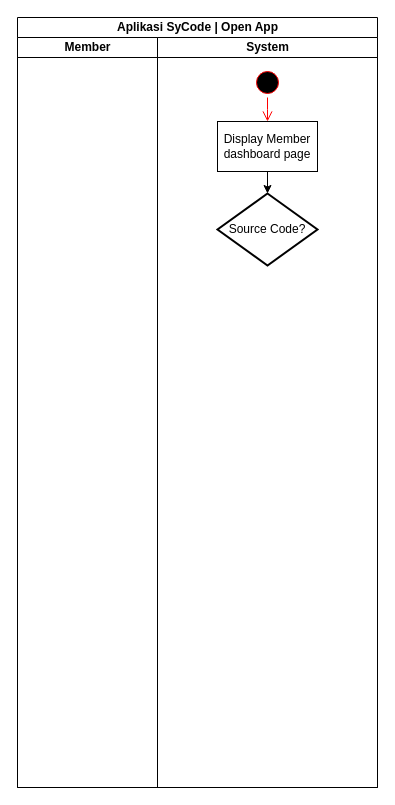
This is page "UML - Activity Diagram - Page Member" (10 of 10) of KP2.drawio from dapzz-id/DrawIO, a draw.io file, before an edit. Source tidied: cells renumbered, new cells numbered last; positions are measured from the earlier drawing's top-left corner, leaving out a move shared by most shapes. Both pictures are drawn from the tidied source at 100%, with x=0, y=0 at pixel (17, 17).
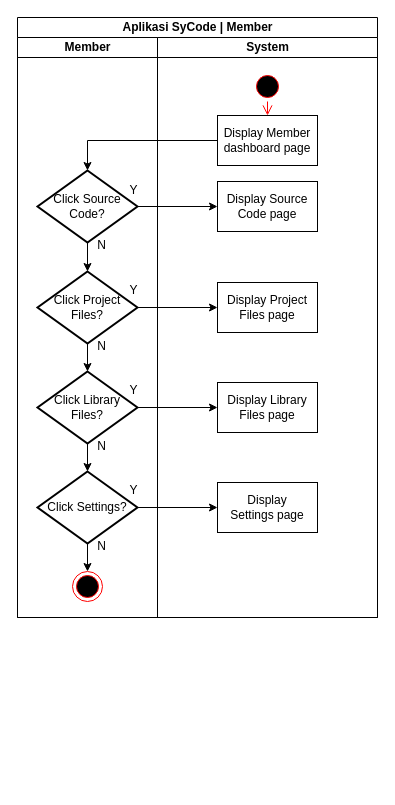
After the change.

What changed in the source:
```diff
@@
-    <mxCell id="2" value="Aplikasi SyCode | Open App" style="swimlane;startSize=20;html=1;" parent="1" vertex="1">
-      <mxGeometry width="360" height="770" as="geometry" />
+    <mxCell id="2" value="Aplikasi SyCode | Member" style="swimlane;startSize=20;html=1;" parent="1" vertex="1">
+      <mxGeometry width="360" height="600" as="geometry" />
     </mxCell>
-    <mxCell id="3" value="Member" style="swimlane;startSize=20;html=1;" parent="2" vertex="1">
-      <mxGeometry y="20" width="140" height="750" as="geometry" />
+    <mxCell id="3" value="Member" style="swimlane;startSize=20;html=1;fillColor=default;" parent="2" vertex="1">
+      <mxGeometry y="20" width="140" height="580" as="geometry" />
     </mxCell>
+    <mxCell id="10" style="edgeStyle=orthogonalEdgeStyle;rounded=0;jettySize=auto;html=1;" parent="3" edge="1" source="9" target="13">
+      <mxGeometry relative="1" as="geometry" />
+    </mxCell>
+    <mxCell id="9" value="Click Source&lt;div&gt;&lt;span style=&quot;background-color: transparent; color: light-dark(rgb(0, 0, 0), rgb(255, 255, 255));&quot;&gt;Code?&lt;/span&gt;&lt;/div&gt;" style="strokeWidth=2;html=1;shape=mxgraph.flowchart.decision;whiteSpace=wrap;" parent="3" vertex="1">
+      <mxGeometry x="20" y="133" width="100" height="72" as="geometry" />
+    </mxCell>
+    <mxCell id="11" value="Y" style="text;html=1;align=center;verticalAlign=middle;strokeColor=none;fillColor=none;" parent="3" vertex="1">
+      <mxGeometry x="101" y="138" width="30" height="30" as="geometry" />
+    </mxCell>
+    <mxCell id="12" style="edgeStyle=orthogonalEdgeStyle;rounded=0;jettySize=auto;html=1;" parent="3" edge="1" source="13" target="16">
+      <mxGeometry relative="1" as="geometry" />
+    </mxCell>
+    <mxCell id="13" value="Click Project&lt;div&gt;Files?&lt;/div&gt;" style="strokeWidth=2;html=1;shape=mxgraph.flowchart.decision;whiteSpace=wrap;" parent="3" vertex="1">
+      <mxGeometry x="20" y="234" width="100" height="72" as="geometry" />
+    </mxCell>
+    <mxCell id="14" value="N" style="text;html=1;align=center;verticalAlign=middle;strokeColor=none;fillColor=none;" parent="3" vertex="1">
+      <mxGeometry x="69" y="193" width="30" height="30" as="geometry" />
+    </mxCell>
+    <mxCell id="15" style="edgeStyle=orthogonalEdgeStyle;rounded=0;jettySize=auto;html=1;" parent="3" edge="1" source="16" target="21">
+      <mxGeometry relative="1" as="geometry" />
+    </mxCell>
+    <mxCell id="16" value="Click Library&lt;div&gt;Files?&lt;/div&gt;" style="strokeWidth=2;html=1;shape=mxgraph.flowchart.decision;whiteSpace=wrap;" parent="3" vertex="1">
+      <mxGeometry x="20" y="334" width="100" height="72" as="geometry" />
+    </mxCell>
+    <mxCell id="17" value="N" style="text;html=1;align=center;verticalAlign=middle;strokeColor=none;fillColor=none;" parent="3" vertex="1">
+      <mxGeometry x="69" y="294" width="30" height="30" as="geometry" />
+    </mxCell>
+    <mxCell id="18" value="Y" style="text;html=1;align=center;verticalAlign=middle;strokeColor=none;fillColor=none;" parent="3" vertex="1">
+      <mxGeometry x="101" y="238" width="30" height="30" as="geometry" />
+    </mxCell>
+    <mxCell id="19" value="Y" style="text;html=1;align=center;verticalAlign=middle;strokeColor=none;fillColor=none;" parent="3" vertex="1">
+      <mxGeometry x="101" y="338" width="30" height="30" as="geometry" />
+    </mxCell>
+    <mxCell id="20" style="edgeStyle=orthogonalEdgeStyle;rounded=0;jettySize=auto;html=1;" parent="3" edge="1" source="21" target="24">
+      <mxGeometry relative="1" as="geometry" />
+    </mxCell>
+    <mxCell id="21" value="Click Settings&lt;span style=&quot;background-color: transparent; color: light-dark(rgb(0, 0, 0), rgb(255, 255, 255));&quot;&gt;?&lt;/span&gt;" style="strokeWidth=2;html=1;shape=mxgraph.flowchart.decision;whiteSpace=wrap;" parent="3" vertex="1">
+      <mxGeometry x="20" y="434" width="100" height="72" as="geometry" />
+    </mxCell>
+    <mxCell id="22" value="N" style="text;html=1;align=center;verticalAlign=middle;strokeColor=none;fillColor=none;" parent="3" vertex="1">
+      <mxGeometry x="69" y="394" width="30" height="30" as="geometry" />
+    </mxCell>
+    <mxCell id="23" value="Y" style="text;html=1;align=center;verticalAlign=middle;strokeColor=none;fillColor=none;" parent="3" vertex="1">
+      <mxGeometry x="101" y="438" width="30" height="30" as="geometry" />
+    </mxCell>
+    <mxCell id="24" style="ellipse;html=1;shape=endState;fillColor=#000000;strokeColor=#ff0000;" parent="3" vertex="1">
+      <mxGeometry x="55" y="534" width="30" height="30" as="geometry" />
+    </mxCell>
+    <mxCell id="25" value="N" style="text;html=1;align=center;verticalAlign=middle;strokeColor=none;fillColor=none;" parent="3" vertex="1">
+      <mxGeometry x="69" y="494" width="30" height="30" as="geometry" />
+    </mxCell>
     <mxCell id="4" value="System" style="swimlane;startSize=20;html=1;" parent="2" vertex="1">
-      <mxGeometry x="140" y="20" width="220" height="750" as="geometry" />
+      <mxGeometry x="140" y="20" width="220" height="580" as="geometry" />
     </mxCell>
+    <mxCell id="8" value="Display Member&lt;div&gt;dashboard page&lt;/div&gt;" style="html=1;dashed=0;whiteSpace=wrap;" parent="4" vertex="1">
+      <mxGeometry x="60" y="78" width="100" height="50" as="geometry" />
+    </mxCell>
     <mxCell id="5" style="ellipse;html=1;shape=startState;fillColor=#000000;strokeColor=#ff0000;" parent="4" vertex="1">
-      <mxGeometry x="95" y="30" width="30" height="30" as="geometry" />
+      <mxGeometry x="95" y="34" width="30" height="30" as="geometry" />
     </mxCell>
-    <mxCell id="6" style="edgeStyle=orthogonalEdgeStyle;html=1;verticalAlign=bottom;endArrow=open;endSize=8;strokeColor=#ff0000;rounded=0;" parent="4" edge="1" source="5">
-      <mxGeometry relative="1" as="geometry">
-        <mxPoint x="110" y="84" as="targetPoint" />
-      </mxGeometry>
+    <mxCell id="6" style="edgeStyle=orthogonalEdgeStyle;html=1;verticalAlign=bottom;endArrow=open;endSize=8;strokeColor=#ff0000;rounded=0;entryX=0.5;entryY=0;entryDx=0;entryDy=0;" parent="4" edge="1" source="5" target="8">
+      <mxGeometry relative="1" as="geometry" />
     </mxCell>
+    <mxCell id="26" value="Display Source Code&lt;span style=&quot;background-color: transparent; color: light-dark(rgb(0, 0, 0), rgb(255, 255, 255));&quot;&gt;&amp;nbsp;page&lt;/span&gt;" style="html=1;dashed=0;whiteSpace=wrap;" parent="4" vertex="1">
+      <mxGeometry x="60" y="144" width="100" height="50" as="geometry" />
+    </mxCell>
+    <mxCell id="27" value="Display Project Files&lt;span style=&quot;background-color: transparent; color: light-dark(rgb(0, 0, 0), rgb(255, 255, 255));&quot;&gt;&amp;nbsp;page&lt;/span&gt;" style="html=1;dashed=0;whiteSpace=wrap;" parent="4" vertex="1">
+      <mxGeometry x="60" y="245" width="100" height="50" as="geometry" />
+    </mxCell>
+    <mxCell id="28" value="Display Library Files&lt;span style=&quot;background-color: transparent; color: light-dark(rgb(0, 0, 0), rgb(255, 255, 255));&quot;&gt;&amp;nbsp;page&lt;/span&gt;" style="html=1;dashed=0;whiteSpace=wrap;" parent="4" vertex="1">
+      <mxGeometry x="60" y="345" width="100" height="50" as="geometry" />
+    </mxCell>
+    <mxCell id="29" value="Display Settings&lt;span style=&quot;background-color: transparent; color: light-dark(rgb(0, 0, 0), rgb(255, 255, 255));&quot;&gt;&amp;nbsp;page&lt;/span&gt;" style="html=1;dashed=0;whiteSpace=wrap;" parent="4" vertex="1">
+      <mxGeometry x="60" y="445" width="100" height="50" as="geometry" />
+    </mxCell>
-    <mxCell id="7" style="edgeStyle=orthogonalEdgeStyle;rounded=0;jettySize=auto;html=1;" parent="4" edge="1" source="8" target="9">
+    <mxCell id="7" style="edgeStyle=orthogonalEdgeStyle;rounded=0;jettySize=auto;html=1;exitX=0;exitY=0.5;exitDx=0;exitDy=0;entryX=0.5;entryY=0;entryDx=0;entryDy=0;entryPerimeter=0;" parent="2" edge="1" source="8" target="9">
       <mxGeometry relative="1" as="geometry" />
     </mxCell>
-    <mxCell id="8" value="Display Member&lt;div&gt;dashboard page&lt;/div&gt;" style="html=1;dashed=0;whiteSpace=wrap;" parent="4" vertex="1">
-      <mxGeometry x="60" y="84" width="100" height="50" as="geometry" />
-    </mxCell>
-    <mxCell id="9" value="Source Code?" style="strokeWidth=2;html=1;shape=mxgraph.flowchart.decision;whiteSpace=wrap;" parent="4" vertex="1">
-      <mxGeometry x="60" y="156" width="100" height="72" as="geometry" />
-    </mxCell>
+    <mxCell id="30" style="edgeStyle=orthogonalEdgeStyle;rounded=0;jettySize=auto;html=1;" parent="2" edge="1" source="9" target="26">
+      <mxGeometry relative="1" as="geometry" />
+    </mxCell>
+    <mxCell id="31" style="edgeStyle=orthogonalEdgeStyle;rounded=0;jettySize=auto;html=1;" parent="2" edge="1" source="13" target="27">
+      <mxGeometry relative="1" as="geometry" />
+    </mxCell>
+    <mxCell id="32" style="edgeStyle=orthogonalEdgeStyle;rounded=0;jettySize=auto;html=1;" parent="2" edge="1" source="16" target="28">
+      <mxGeometry relative="1" as="geometry" />
+    </mxCell>
+    <mxCell id="33" style="edgeStyle=orthogonalEdgeStyle;rounded=0;jettySize=auto;html=1;" parent="2" edge="1" source="21" target="29">
+      <mxGeometry relative="1" as="geometry" />
+    </mxCell>
```
